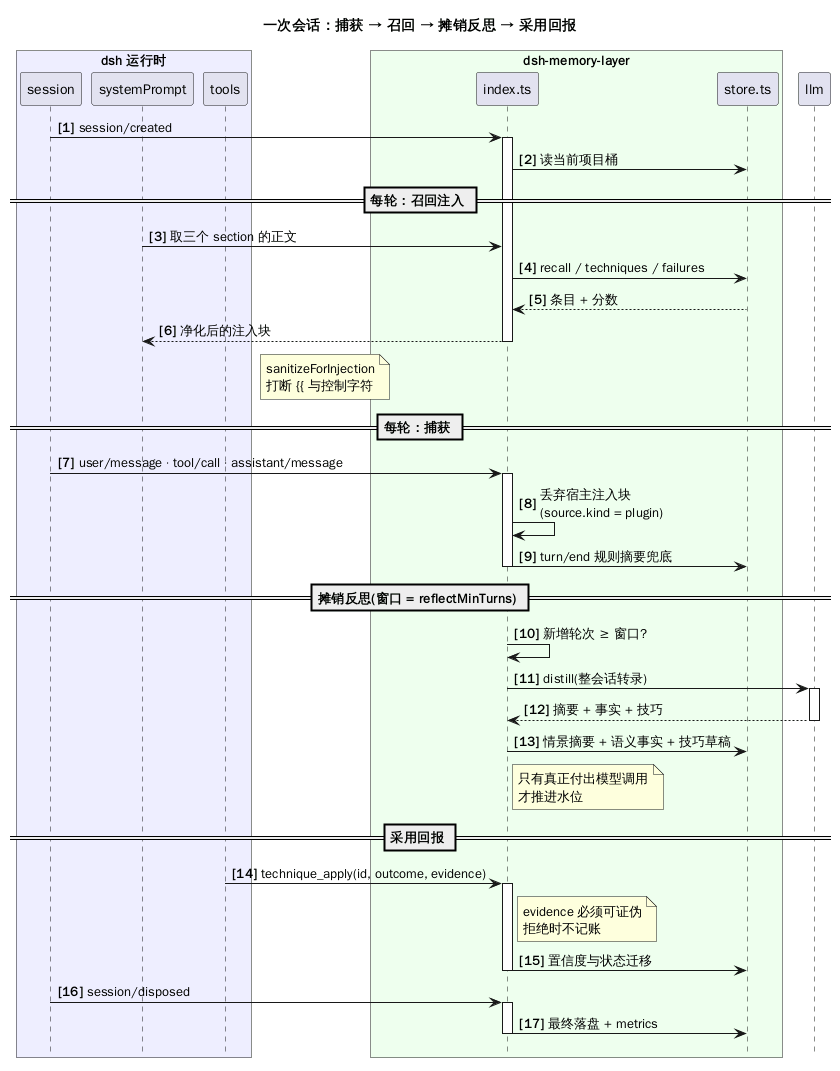
This is docs/rendered/dsh-memory-layer-session.png from raitpor/dsh-memory-layer, a PlantUML export, as it was before one commit.
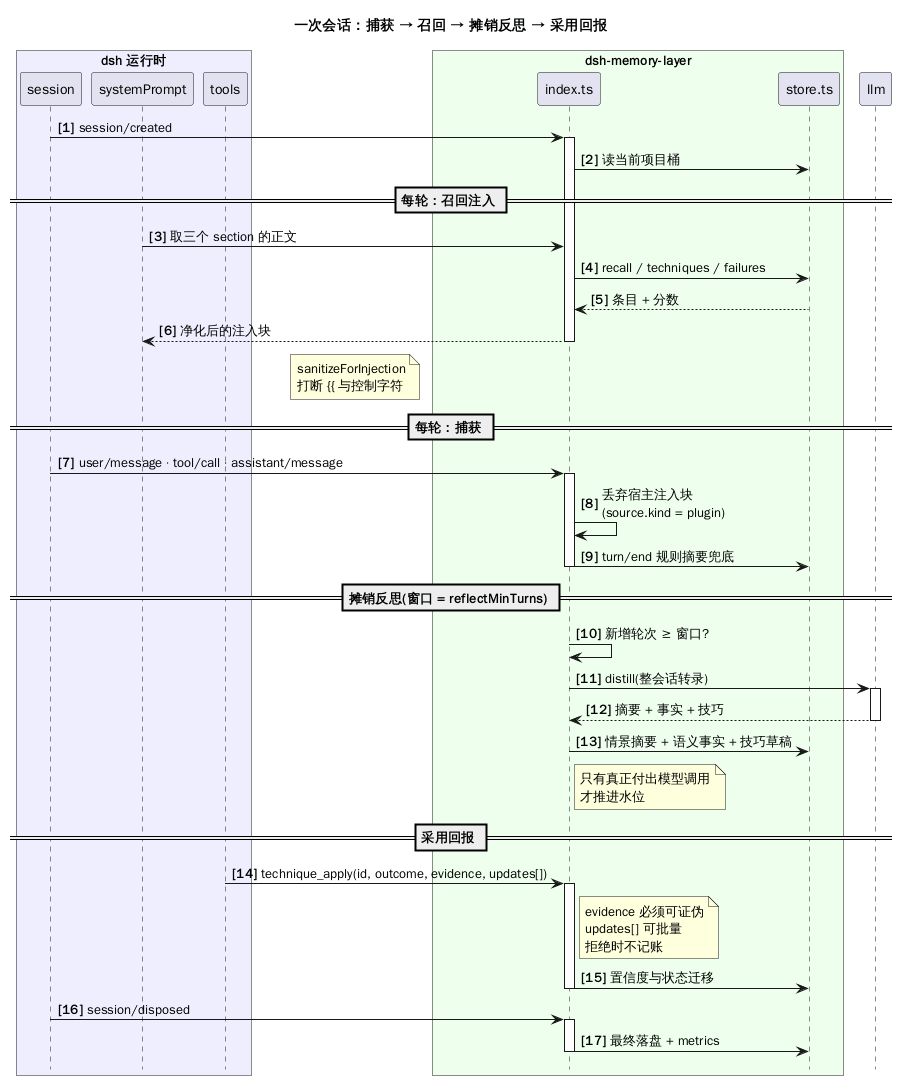
After the change.

The edit, as a diff of the source:
```diff
@@ -41,8 +41,8 @@
 note right of M : 只有真正付出模型调用\n才推进水位
 
 == 采用回报 ==
-T -> M ++ : technique_apply(id, outcome, evidence)
-note right of M : evidence 必须可证伪\n拒绝时不记账
+T -> M ++ : technique_apply(id, outcome, evidence, updates[])
+note right of M : evidence 必须可证伪\nupdates[] 可批量\n拒绝时不记账
 M -> D -- : 置信度与状态迁移
 
 S -> M ++ : session/disposed
```
